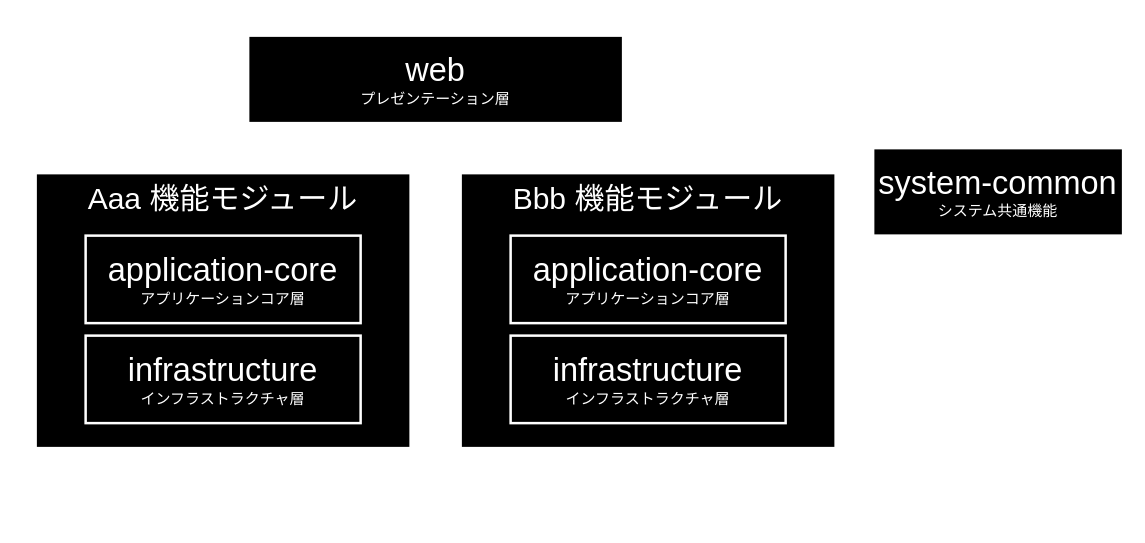
The draw.io diagram documents/_materials/images/guidebooks/how-to-develop/ssr/java/subproject-dependencies-dark.drawio in AlesInfiny/maia, before the edit. Source tidied: cells renumbered, new cells numbered last; positions are measured from the earlier drawing's top-left corner, leaving out a move shared by most shapes. Both pictures are drawn from the tidied source at 125%, with x=0, y=0 at pixel (35, 35).
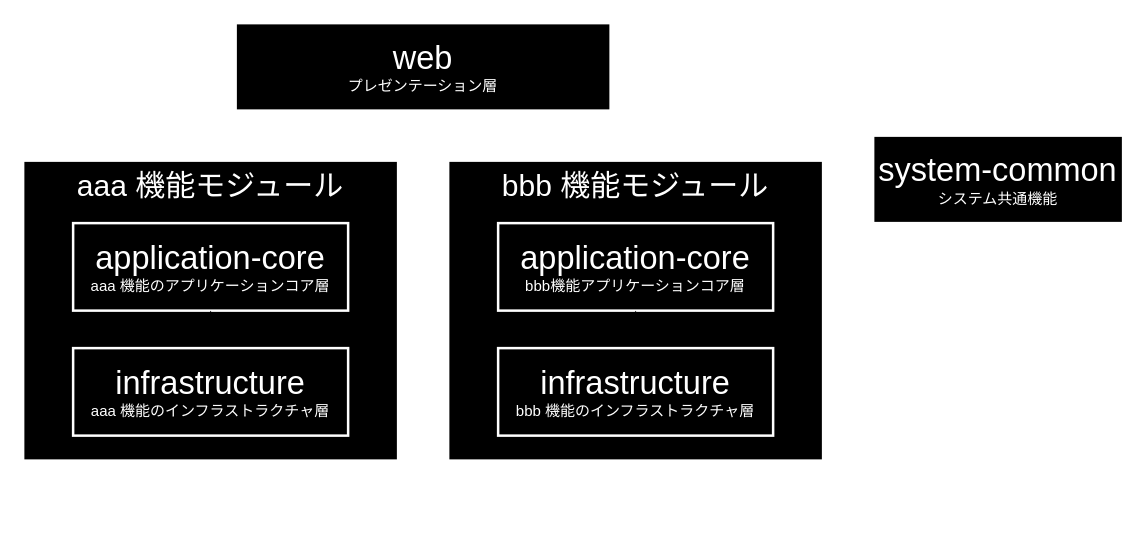
Above is the later version.

Change to the diagram source:
```diff
@@
-    <mxCell id="2" style="edgeStyle=orthogonalEdgeStyle;html=1;entryX=0.801;entryY=-0.001;entryDx=0;entryDy=0;entryPerimeter=0;strokeColor=#FFFFFF;" parent="1" edge="1" source="4" target="12">
-      <mxGeometry relative="1" as="geometry">
-        <Array as="points">
-          <mxPoint x="240" y="110" />
-        </Array>
-      </mxGeometry>
-    </mxCell>
-    <mxCell id="3" style="edgeStyle=orthogonalEdgeStyle;html=1;entryX=0.2;entryY=0;entryDx=0;entryDy=0;exitX=0.764;exitY=1.027;exitDx=0;exitDy=0;exitPerimeter=0;entryPerimeter=0;strokeColor=#FFFFFF;" parent="1" edge="1" source="4" target="5">
-      <mxGeometry relative="1" as="geometry">
-        <Array as="points">
-          <mxPoint x="399" y="70" />
-          <mxPoint x="400" y="70" />
-        </Array>
-      </mxGeometry>
-    </mxCell>
+    <mxCell id="14" style="edgeStyle=orthogonalEdgeStyle;html=1;entryX=0.801;entryY=-0.001;entryDx=0;entryDy=0;entryPerimeter=0;strokeColor=#FFFFFF;" parent="1" edge="1" source="4" target="22">
+      <mxGeometry relative="1" as="geometry">
+        <Array as="points">
+          <mxPoint x="230" y="100" />
+        </Array>
+      </mxGeometry>
+    </mxCell>
+    <mxCell id="15" style="edgeStyle=orthogonalEdgeStyle;html=1;entryX=0.2;entryY=0;entryDx=0;entryDy=0;exitX=0.764;exitY=1.027;exitDx=0;exitDy=0;exitPerimeter=0;entryPerimeter=0;strokeColor=#FFFFFF;" parent="1" edge="1" source="4" target="16">
+      <mxGeometry relative="1" as="geometry">
+        <Array as="points">
+          <mxPoint x="389" y="60" />
+          <mxPoint x="390" y="60" />
+        </Array>
+      </mxGeometry>
+    </mxCell>
     <mxCell id="4" value="&lt;font style=&quot;font-size: 26px;&quot;&gt;web&lt;/font&gt;&lt;br&gt;プレゼンテーション層" style="rounded=0;whiteSpace=wrap;html=1;fillColor=#000000;fontColor=#FFFFFF;strokeColor=#FFFFFF;strokeWidth=2;" parent="1" vertex="1">
-      <mxGeometry x="170" width="300" height="70" as="geometry" />
+      <mxGeometry x="160" y="-10" width="300" height="70" as="geometry" />
     </mxCell>
-    <mxCell id="5" value="&lt;font style=&quot;font-size: 24px;&quot;&gt;Bbb 機能モジュール&lt;/font&gt;&lt;br&gt;&lt;div&gt;&lt;font style=&quot;font-size: 24px;&quot;&gt;&lt;br&gt;&lt;/font&gt;&lt;/div&gt;" style="rounded=0;whiteSpace=wrap;html=1;fillColor=#000000;fontColor=#FFFFFF;strokeColor=#FFFFFF;strokeWidth=2;verticalAlign=top;" parent="1" vertex="1">
-      <mxGeometry x="340" y="110" width="300" height="220" as="geometry" />
-    </mxCell>
+    <mxCell id="16" value="&lt;font style=&quot;font-size: 24px;&quot;&gt;bbb 機能モジュール&lt;/font&gt;&lt;br&gt;&lt;div&gt;&lt;font style=&quot;font-size: 24px;&quot;&gt;&lt;br&gt;&lt;/font&gt;&lt;/div&gt;" style="rounded=0;whiteSpace=wrap;html=1;fillColor=#000000;fontColor=#FFFFFF;strokeColor=#FFFFFF;strokeWidth=2;verticalAlign=top;" parent="1" vertex="1">
+      <mxGeometry x="330" y="100" width="300" height="240" as="geometry" />
+    </mxCell>
     <mxCell id="6" value="&lt;font style=&quot;font-size: 26px;&quot;&gt;system-common&lt;/font&gt;&lt;br&gt;システム共通機能" style="rounded=0;whiteSpace=wrap;html=1;fillColor=#000000;fontColor=#FFFFFF;strokeColor=#FFFFFF;strokeWidth=2;" parent="1" vertex="1">
-      <mxGeometry x="670" y="90" width="200" height="70" as="geometry" />
+      <mxGeometry x="670" y="80" width="200" height="70" as="geometry" />
     </mxCell>
@@
-    <mxCell id="8" style="edgeStyle=orthogonalEdgeStyle;html=1;entryX=0.25;entryY=1;entryDx=0;entryDy=0;strokeWidth=2;strokeColor=#FFFFFF;fontColor=#000000;" parent="1" edge="1" source="5" target="6">
-      <mxGeometry relative="1" as="geometry">
-        <Array as="points">
-          <mxPoint x="720" y="220" />
-        </Array>
-      </mxGeometry>
-    </mxCell>
-    <mxCell id="9" value="&lt;span style=&quot;font-size: 26px;&quot;&gt;application-core&lt;/span&gt;&lt;br&gt;アプリケーションコア層" style="rounded=0;whiteSpace=wrap;html=1;fillColor=#000000;fontColor=#FFFFFF;strokeColor=#FFFFFF;strokeWidth=2;" parent="1" vertex="1">
-      <mxGeometry x="380" y="160" width="220" height="70" as="geometry" />
-    </mxCell>
-    <mxCell id="10" value="&lt;font style=&quot;font-size: 26px;&quot;&gt;infrastructure&lt;/font&gt;&lt;br&gt;インフラストラクチャ層" style="rounded=0;whiteSpace=wrap;html=1;fillColor=#000000;fontColor=#FFFFFF;strokeColor=#FFFFFF;strokeWidth=2;" parent="1" vertex="1">
-      <mxGeometry x="380" y="240" width="220" height="70" as="geometry" />
-    </mxCell>
-    <mxCell id="11" style="edgeStyle=orthogonalEdgeStyle;html=1;exitX=0.5;exitY=1;exitDx=0;exitDy=0;strokeWidth=2;entryX=0.75;entryY=1;entryDx=0;entryDy=0;strokeColor=#FFFFFF;" parent="1" edge="1" source="12" target="6">
-      <mxGeometry relative="1" as="geometry">
-        <Array as="points">
-          <mxPoint x="150" y="360" />
-          <mxPoint x="820" y="360" />
-        </Array>
-      </mxGeometry>
-    </mxCell>
-    <mxCell id="12" value="&lt;font style=&quot;font-size: 24px;&quot;&gt;Aaa 機能モジュール&lt;/font&gt;&lt;br&gt;&lt;div&gt;&lt;font style=&quot;font-size: 24px;&quot;&gt;&lt;br&gt;&lt;/font&gt;&lt;/div&gt;" style="rounded=0;whiteSpace=wrap;html=1;fillColor=#000000;fontColor=#FFFFFF;strokeColor=#FFFFFF;strokeWidth=2;verticalAlign=top;" parent="1" vertex="1">
-      <mxGeometry y="110" width="300" height="220" as="geometry" />
-    </mxCell>
-    <mxCell id="13" value="&lt;span style=&quot;font-size: 26px;&quot;&gt;application-core&lt;/span&gt;&lt;br&gt;アプリケーションコア層" style="rounded=0;whiteSpace=wrap;html=1;fillColor=#000000;fontColor=#FFFFFF;strokeColor=#FFFFFF;strokeWidth=2;" parent="1" vertex="1">
-      <mxGeometry x="40" y="160" width="220" height="70" as="geometry" />
-    </mxCell>
-    <mxCell id="14" value="&lt;font style=&quot;font-size: 26px;&quot;&gt;infrastructure&lt;/font&gt;&lt;br&gt;インフラストラクチャ層" style="rounded=0;whiteSpace=wrap;html=1;fillColor=#000000;fontColor=#FFFFFF;strokeColor=#FFFFFF;strokeWidth=2;" parent="1" vertex="1">
-      <mxGeometry x="40" y="240" width="220" height="70" as="geometry" />
-    </mxCell>
+    <mxCell id="17" style="edgeStyle=orthogonalEdgeStyle;html=1;entryX=0.25;entryY=1;entryDx=0;entryDy=0;strokeWidth=2;strokeColor=#FFFFFF;fontColor=#000000;exitX=0.5;exitY=1;exitDx=0;exitDy=0;" parent="1" edge="1" source="16" target="6">
+      <mxGeometry relative="1" as="geometry">
+        <Array as="points">
+          <mxPoint x="480" y="360" />
+          <mxPoint x="720" y="360" />
+        </Array>
+      </mxGeometry>
+    </mxCell>
+    <mxCell id="18" value="&lt;span style=&quot;font-size: 26px;&quot;&gt;application-core&lt;/span&gt;&lt;br&gt;bbb機能アプリケーションコア層" style="rounded=0;whiteSpace=wrap;html=1;fillColor=#000000;fontColor=#FFFFFF;strokeColor=#FFFFFF;strokeWidth=2;" parent="1" vertex="1">
+      <mxGeometry x="370" y="150" width="220" height="70" as="geometry" />
+    </mxCell>
+    <mxCell id="19" style="edgeStyle=none;html=1;" parent="1" edge="1" source="20" target="18">
+      <mxGeometry relative="1" as="geometry" />
+    </mxCell>
+    <mxCell id="20" value="&lt;font style=&quot;font-size: 26px;&quot;&gt;infrastructure&lt;/font&gt;&lt;br&gt;bbb 機能のインフラストラクチャ層" style="rounded=0;whiteSpace=wrap;html=1;fillColor=#000000;fontColor=#FFFFFF;strokeColor=#FFFFFF;strokeWidth=2;" parent="1" vertex="1">
+      <mxGeometry x="370" y="250" width="220" height="70" as="geometry" />
+    </mxCell>
+    <mxCell id="21" style="edgeStyle=orthogonalEdgeStyle;html=1;exitX=0.5;exitY=1;exitDx=0;exitDy=0;strokeWidth=2;entryX=0.75;entryY=1;entryDx=0;entryDy=0;strokeColor=#FFFFFF;" parent="1" edge="1" source="22" target="6">
+      <mxGeometry relative="1" as="geometry">
+        <Array as="points">
+          <mxPoint x="140" y="380" />
+          <mxPoint x="820" y="380" />
+        </Array>
+      </mxGeometry>
+    </mxCell>
+    <mxCell id="22" value="&lt;font style=&quot;font-size: 24px;&quot;&gt;aaa 機能モジュール&lt;/font&gt;&lt;br&gt;&lt;div&gt;&lt;font style=&quot;font-size: 24px;&quot;&gt;&lt;br&gt;&lt;/font&gt;&lt;/div&gt;" style="rounded=0;whiteSpace=wrap;html=1;fillColor=#000000;fontColor=#FFFFFF;strokeColor=#FFFFFF;strokeWidth=2;verticalAlign=top;" parent="1" vertex="1">
+      <mxGeometry x="-10" y="100" width="300" height="240" as="geometry" />
+    </mxCell>
+    <mxCell id="23" value="&lt;span style=&quot;font-size: 26px;&quot;&gt;application-core&lt;/span&gt;&lt;br&gt;aaa 機能のアプリケーションコア層" style="rounded=0;whiteSpace=wrap;html=1;fillColor=#000000;fontColor=#FFFFFF;strokeColor=#FFFFFF;strokeWidth=2;" parent="1" vertex="1">
+      <mxGeometry x="30" y="150" width="220" height="70" as="geometry" />
+    </mxCell>
+    <mxCell id="24" style="edgeStyle=none;html=1;" parent="1" edge="1" source="25" target="23">
+      <mxGeometry relative="1" as="geometry" />
+    </mxCell>
+    <mxCell id="25" value="&lt;font style=&quot;font-size: 26px;&quot;&gt;infrastructure&lt;/font&gt;&lt;br&gt;aaa 機能のインフラストラクチャ層" style="rounded=0;whiteSpace=wrap;html=1;fillColor=#000000;fontColor=#FFFFFF;strokeColor=#FFFFFF;strokeWidth=2;" parent="1" vertex="1">
+      <mxGeometry x="30" y="250" width="220" height="70" as="geometry" />
+    </mxCell>
```
